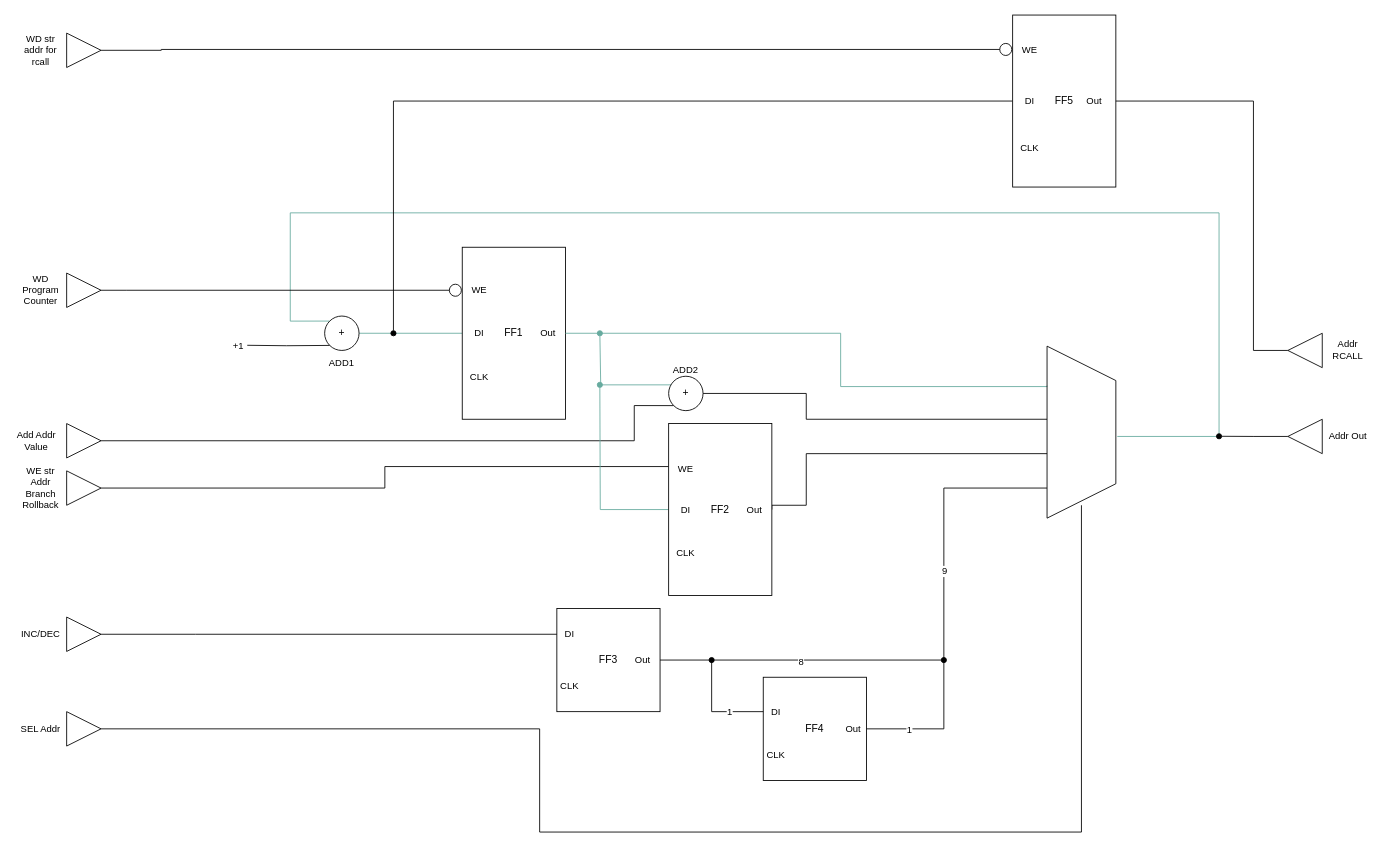
Before: Blockschaltbild/Program Counter.drawio in RubiRubsn/AVR-Prozessor, a draw.io diagram. Source tidied: cells renumbered, new cells numbered last; positions are measured from the earlier drawing's top-left corner, leaving out a move shared by most shapes. Both pictures are drawn from the tidied source at 86%, with x=0, y=0 at pixel (15, 15).
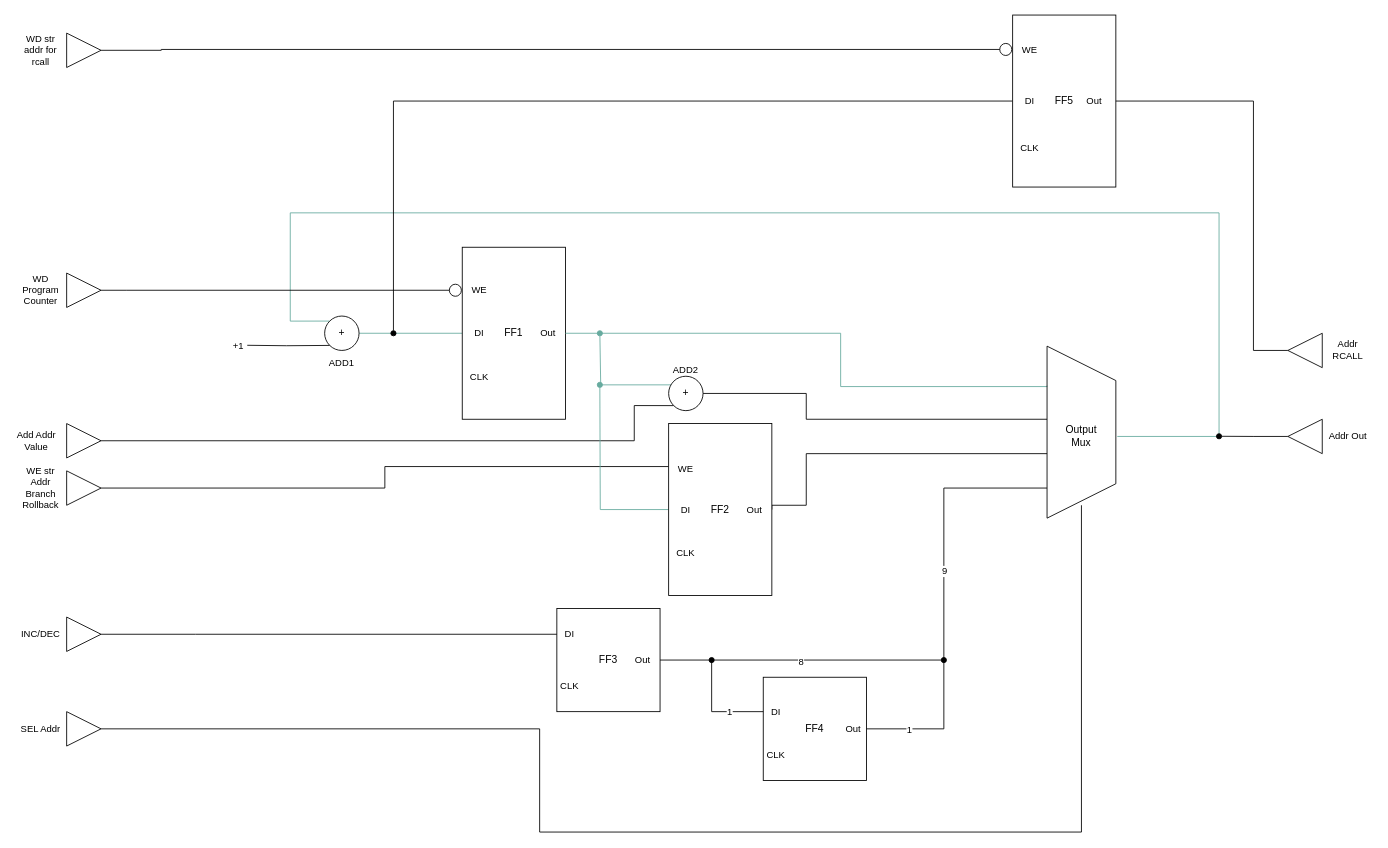
After the change.

Diff of the diagram source:
```diff
@@
+    <mxCell id="74" value="Output Mux" style="text;html=1;strokeColor=none;fillColor=none;align=center;verticalAlign=middle;whiteSpace=wrap;rounded=0;" parent="1" vertex="1">
+      <mxGeometry x="1210" y="475" width="60" height="30" as="geometry" />
+    </mxCell>
```
